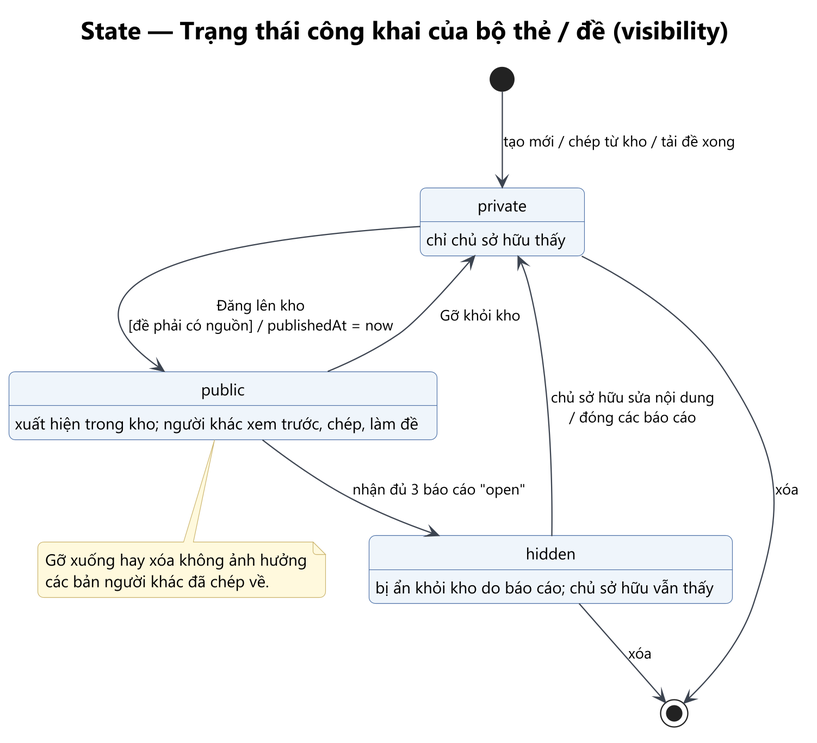
Before: Analysis_Design/05_State/st-03-cong-khai-noi-dung.png, a diagram exported from PlantUML (Ac-2836/WebDev-FinalProject-LinMaster). Its diagram source:
```plantuml
@startuml st-03-cong-khai-noi-dung
!include ../_style.iuml
title State — Trạng thái công khai của bộ thẻ / đề (visibility)
[*] --> Private : tạo mới / chép từ kho / tải đề xong
state "private" as Private
state "public" as Public
state "hidden" as Hidden
Private : chỉ chủ sở hữu thấy
Public : xuất hiện trong kho; người khác xem trước, chép, làm đề
Hidden : bị ẩn khỏi kho do báo cáo; chủ sở hữu vẫn thấy
Private --> Public : Đăng lên kho\n[đề phải có nguồn] / publishedAt = now
Public --> Private : Gỡ khỏi kho
Public --> Hidden : nhận đủ 3 báo cáo "open"
Hidden --> Private : chủ sở hữu sửa nội dung\n/ đóng các báo cáo
Private --> [*] : xóa
Hidden --> [*] : xóa
note bottom of Public
  Gỡ xuống hay xóa không ảnh hưởng
  các bản người khác đã chép về.
end note
@enduml
```
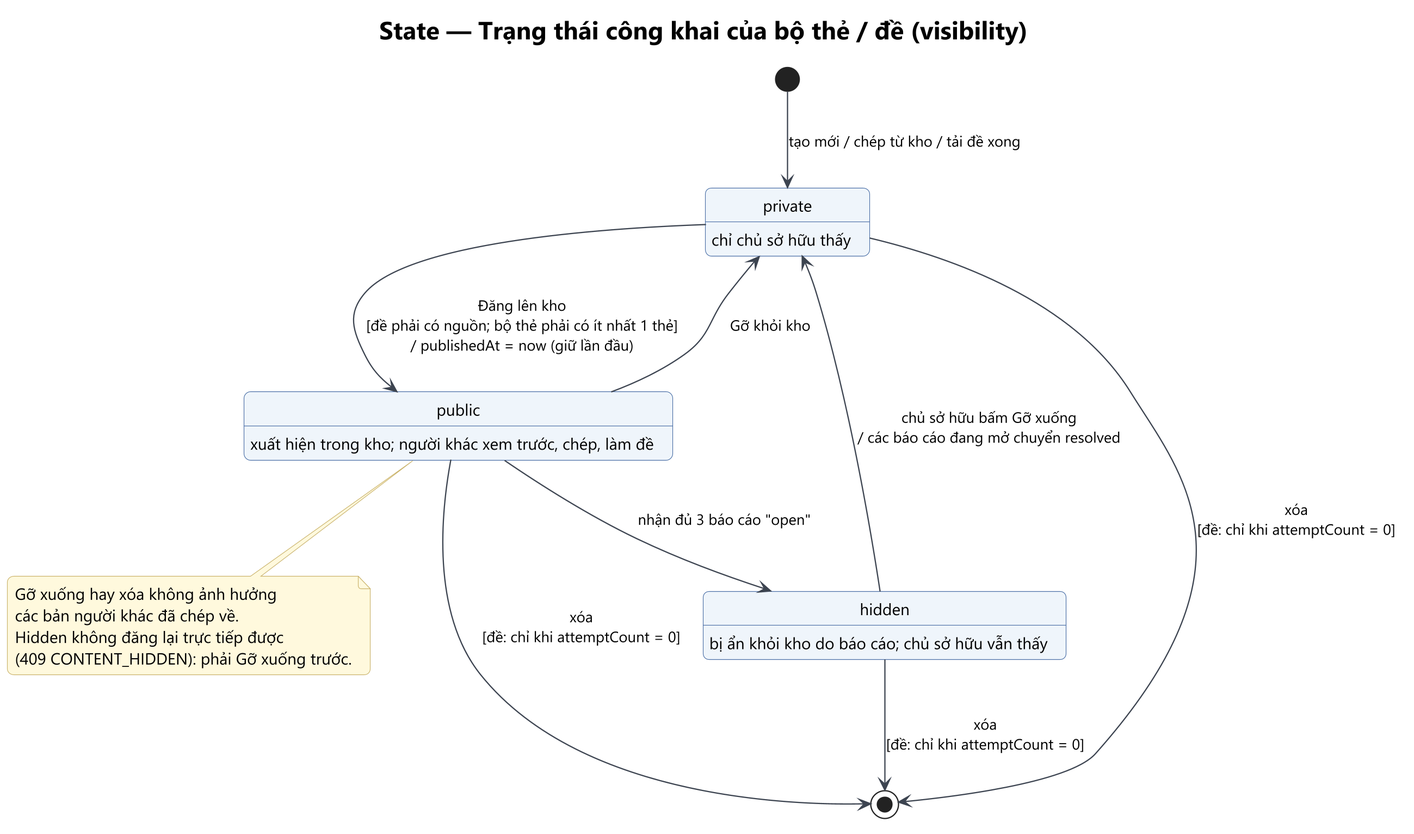
Later version of the same file.

Diff of the diagram source:
```diff
@@ -8,14 +8,17 @@
 Private : chỉ chủ sở hữu thấy
 Public : xuất hiện trong kho; người khác xem trước, chép, làm đề
 Hidden : bị ẩn khỏi kho do báo cáo; chủ sở hữu vẫn thấy
-Private --> Public : Đăng lên kho\n[đề phải có nguồn] / publishedAt = now
+Private --> Public : Đăng lên kho\n[đề phải có nguồn; bộ thẻ phải có ít nhất 1 thẻ]\n/ publishedAt = now (giữ lần đầu)
 Public --> Private : Gỡ khỏi kho
 Public --> Hidden : nhận đủ 3 báo cáo "open"
-Hidden --> Private : chủ sở hữu sửa nội dung\n/ đóng các báo cáo
-Private --> [*] : xóa
-Hidden --> [*] : xóa
+Hidden --> Private : chủ sở hữu bấm Gỡ xuống\n/ các báo cáo đang mở chuyển resolved
+Private --> [*] : xóa\n[đề: chỉ khi attemptCount = 0]
+Public --> [*] : xóa\n[đề: chỉ khi attemptCount = 0]
+Hidden --> [*] : xóa\n[đề: chỉ khi attemptCount = 0]
 note bottom of Public
   Gỡ xuống hay xóa không ảnh hưởng
   các bản người khác đã chép về.
+  Hidden không đăng lại trực tiếp được
+  (409 CONTENT_HIDDEN): phải Gỡ xuống trước.
 end note
 @enduml
```
